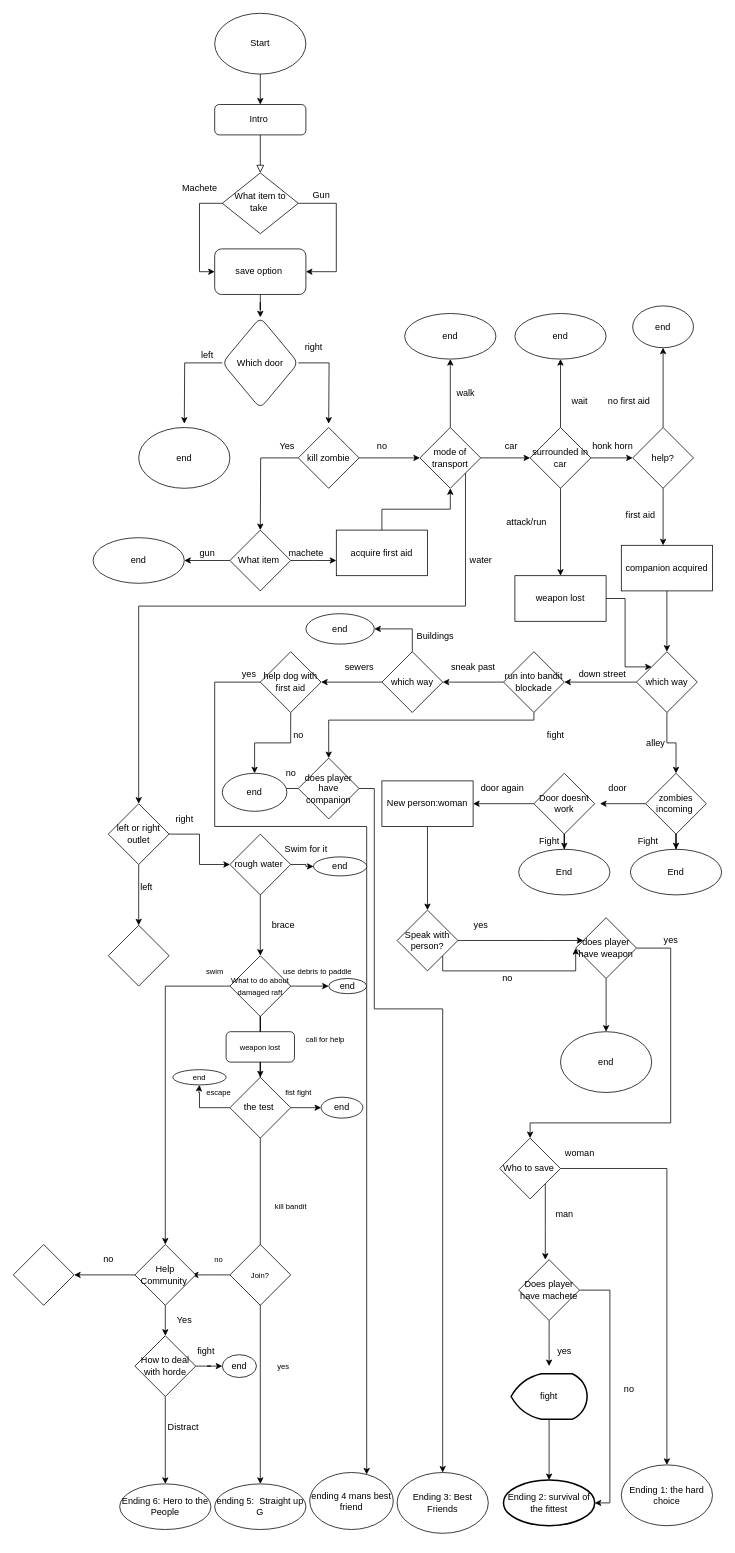
Above: Untitled Diagram.drawio in Sam-Tomlinson/Zomboid (draw.io), before the change. Source tidied: cells renumbered, new cells numbered last; positions are measured from the earlier drawing's top-left corner, leaving out a move shared by most shapes. Both pictures are drawn from the tidied source at 76%, with x=0, y=0 at pixel (13, 13).
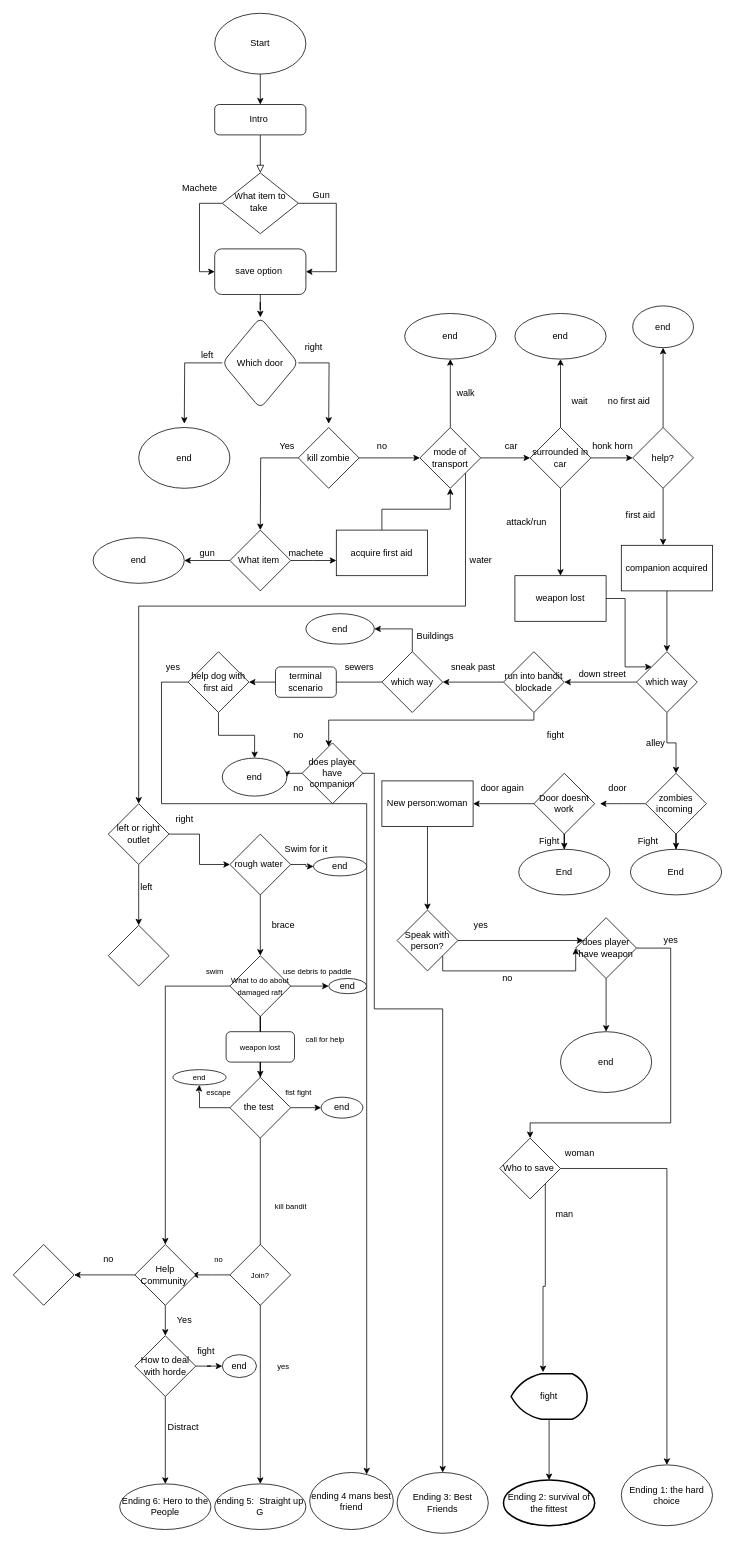
Above is the later version.

The change refers to these unchanged cells:
```xml
<mxCell id="82" value="Who to save&amp;nbsp;" style="rhombus;whiteSpace=wrap;html=1;rounded=0;" parent="1" vertex="1">
  <mxGeometry x="640" y="1480" width="80" height="80" as="geometry" />
</mxCell>
<mxCell id="93" value="fight" style="strokeWidth=2;html=1;shape=mxgraph.flowchart.display;whiteSpace=wrap;" parent="1" vertex="1">
  <mxGeometry x="655" y="1790" width="100" height="60" as="geometry" />
</mxCell>
<mxCell id="94" value="Ending 2: survival of the fittest" style="ellipse;whiteSpace=wrap;html=1;strokeWidth=2;" parent="1" vertex="1">
  <mxGeometry x="645" y="1930" width="120" height="60" as="geometry" />
</mxCell>
<mxCell id="118" value="Ending 3: Best Friends" style="ellipse;whiteSpace=wrap;html=1;" parent="1" vertex="1">
  <mxGeometry x="505" y="1920" width="120" height="80" as="geometry" />
</mxCell>
<mxCell id="120" value="ending 4 mans best friend" style="ellipse;whiteSpace=wrap;html=1;" parent="1" vertex="1">
  <mxGeometry x="390" y="1920" width="110" height="75" as="geometry" />
</mxCell>
```

Change to the diagram source:
```diff
@@
-    <mxCell id="81" style="edgeStyle=orthogonalEdgeStyle;rounded=0;jettySize=auto;html=1;exitX=1;exitY=1;exitDx=0;exitDy=0;" parent="1" edge="1" source="82">
-      <mxGeometry relative="1" as="geometry">
-        <mxPoint x="700" y="1640" as="targetPoint" />
-      </mxGeometry>
+    <mxCell id="81" style="edgeStyle=orthogonalEdgeStyle;rounded=0;jettySize=auto;html=1;exitX=1;exitY=1;exitDx=0;exitDy=0;entryX=0.42;entryY=-0.033;entryDx=0;entryDy=0;entryPerimeter=0;" parent="1" edge="1" source="82" target="93">
+      <mxGeometry relative="1" as="geometry" />
     </mxCell>
@@
-    <mxCell id="88" style="edgeStyle=orthogonalEdgeStyle;rounded=0;jettySize=auto;html=1;entryX=1;entryY=0.5;entryDx=0;entryDy=0;" parent="1" edge="1" source="90" target="94">
-      <mxGeometry relative="1" as="geometry">
-        <Array as="points">
-          <mxPoint x="785" y="1680" />
-          <mxPoint x="785" y="1960" />
-        </Array>
-      </mxGeometry>
-    </mxCell>
-    <mxCell id="89" style="edgeStyle=orthogonalEdgeStyle;rounded=0;jettySize=auto;html=1;" parent="1" edge="1" source="90">
-      <mxGeometry relative="1" as="geometry">
-        <mxPoint x="705" y="1780" as="targetPoint" />
-      </mxGeometry>
-    </mxCell>
-    <mxCell id="90" value="Does player have machete" style="rhombus;whiteSpace=wrap;html=1;" parent="1" vertex="1">
-      <mxGeometry x="665" y="1640" width="80" height="80" as="geometry" />
-    </mxCell>
-    <mxCell id="91" value="yes" style="text;html=1;align=center;verticalAlign=middle;strokeColor=none;fillColor=none;" parent="1" vertex="1">
-      <mxGeometry x="710" y="1750" width="30" height="20" as="geometry" />
-    </mxCell>
@@
     <mxCell id="101" style="edgeStyle=orthogonalEdgeStyle;rounded=0;jettySize=auto;html=1;" parent="1" edge="1" source="102" target="120">
       <mxGeometry relative="1" as="geometry">
         <Array as="points">
-          <mxPoint x="265" y="880" />
-          <mxPoint x="265" y="1070" />
-          <mxPoint x="465" y="1070" />
+          <mxPoint x="195" y="880" />
+          <mxPoint x="195" y="1040" />
+          <mxPoint x="465" y="1040" />
         </Array>
       </mxGeometry>
     </mxCell>
     <mxCell id="102" value="help dog with first aid" style="rhombus;whiteSpace=wrap;html=1;" parent="1" vertex="1">
-      <mxGeometry x="325" y="840" width="80" height="80" as="geometry" />
+      <mxGeometry x="230" y="840" width="80" height="80" as="geometry" />
     </mxCell>
@@
     <mxCell id="105" style="edgeStyle=orthogonalEdgeStyle;rounded=0;jettySize=auto;html=1;entryX=0.5;entryY=0;entryDx=0;entryDy=0;" parent="1" edge="1" source="106" target="118">
       <mxGeometry relative="1" as="geometry">
         <Array as="points">
-          <mxPoint x="475" y="1020" />
+          <mxPoint x="475" y="1000" />
           <mxPoint x="475" y="1310" />
           <mxPoint x="565" y="1310" />
         </Array>
       </mxGeometry>
     </mxCell>
     <mxCell id="106" value="does player have companion" style="rhombus;whiteSpace=wrap;html=1;" parent="1" vertex="1">
-      <mxGeometry x="375" y="980" width="80" height="80" as="geometry" />
+      <mxGeometry x="380" y="960" width="80" height="80" as="geometry" />
     </mxCell>
@@
-    <mxCell id="110" value="no" style="text;html=1;align=center;verticalAlign=middle;strokeColor=none;fillColor=none;" parent="1" vertex="1">
-      <mxGeometry x="795" y="1800" width="30" height="20" as="geometry" />
-    </mxCell>
@@
     <mxCell id="116" value="end" style="ellipse;whiteSpace=wrap;html=1;" parent="1" vertex="1">
-      <mxGeometry x="275" y="1000" width="85" height="50" as="geometry" />
+      <mxGeometry x="275" y="980" width="85" height="50" as="geometry" />
     </mxCell>
     <mxCell id="117" value="no" style="text;html=1;align=center;verticalAlign=middle;strokeColor=none;fillColor=none;" parent="1" vertex="1">
-      <mxGeometry x="350" y="990" width="30" height="20" as="geometry" />
+      <mxGeometry x="360" y="1010" width="30" height="20" as="geometry" />
     </mxCell>
@@
     <mxCell id="121" value="yes" style="text;html=1;align=center;verticalAlign=middle;strokeColor=none;fillColor=none;" parent="1" vertex="1">
-      <mxGeometry x="295" y="860" width="30" height="20" as="geometry" />
+      <mxGeometry x="195" y="850" width="30" height="20" as="geometry" />
     </mxCell>
@@
+    <mxCell id="174" value="terminal scenario" style="rounded=1;whiteSpace=wrap;html=1;" parent="1" vertex="1">
+      <mxGeometry x="345" y="860" width="80" height="40" as="geometry" />
+    </mxCell>
```
